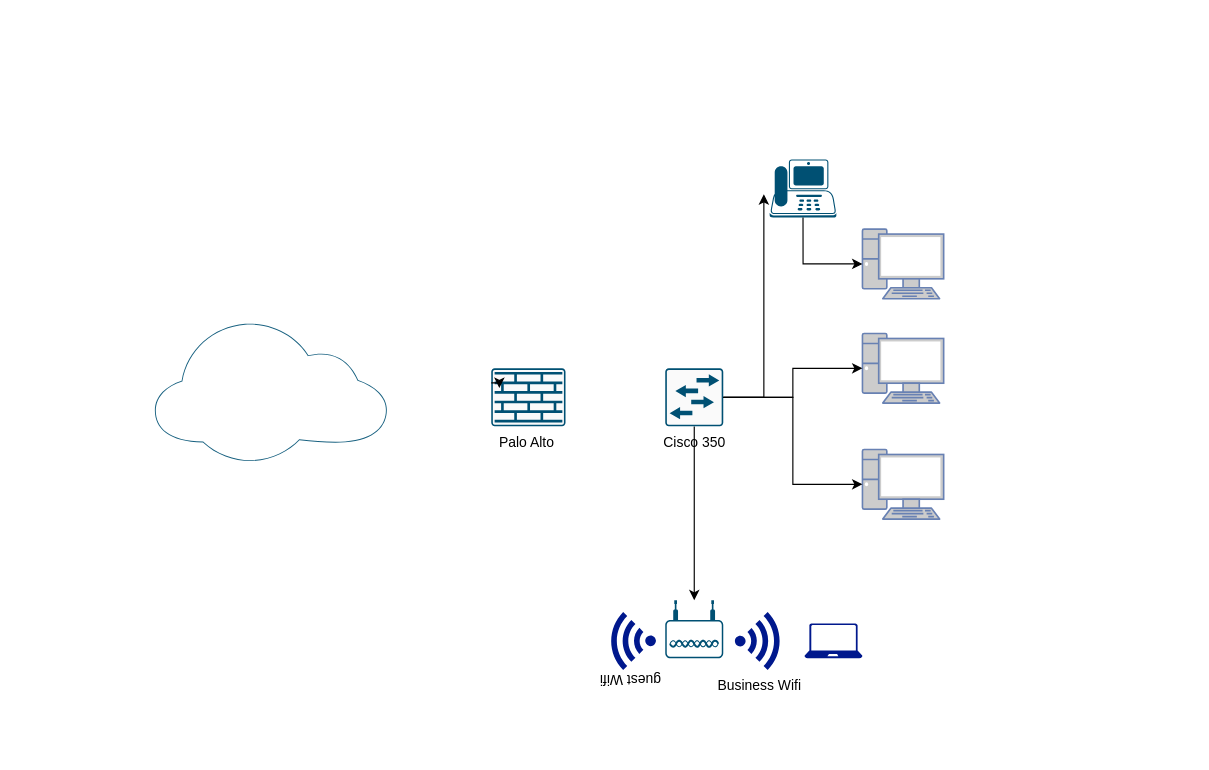
Before: Untitled Diagram.drawio in StevenMHankins/Diagrams, a draw.io diagram. Source tidied: cells renumbered, new cells numbered last; positions are measured from the earlier drawing's top-left corner, leaving out a move shared by most shapes. Both pictures are drawn from the tidied source at 116%, with x=0, y=0 at pixel (154, 159).
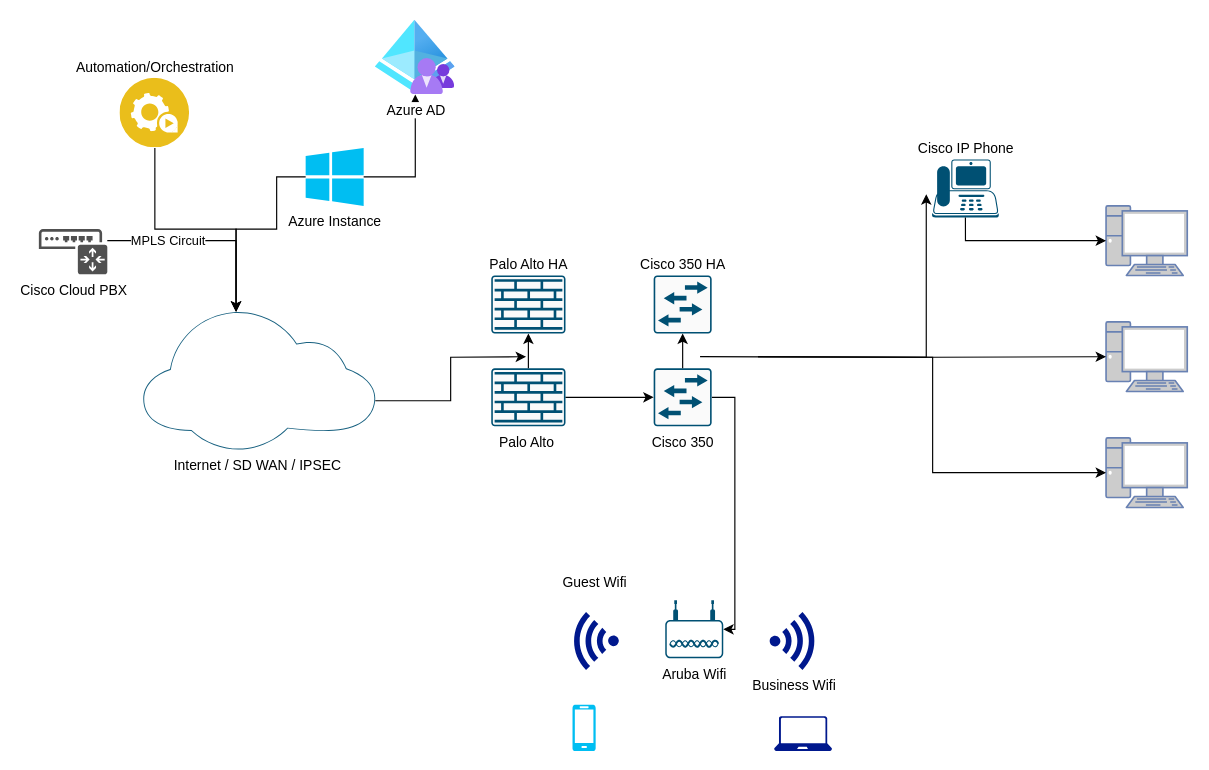
After the change.

Commit message:
Updated paths, added cloud services

The change refers to these unchanged cells:
```xml
<mxCell id="5" value="Palo Alto&amp;nbsp;" style="sketch=0;points=[[0.015,0.015,0],[0.985,0.015,0],[0.985,0.985,0],[0.015,0.985,0],[0.25,0,0],[0.5,0,0],[0.75,0,0],[1,0.25,0],[1,0.5,0],[1,0.75,0],[0.75,1,0],[0.5,1,0],[0.25,1,0],[0,0.75,0],[0,0.5,0],[0,0.25,0]];verticalLabelPosition=bottom;html=1;verticalAlign=top;align=center;shape=mxgraph.cisco19.rect;prIcon=firewall;fillColor=#FAFAFA;strokeColor=#005073;" parent="1" vertex="1">
  <mxGeometry x="290" y="180" width="64" height="50" as="geometry" />
</mxCell>
```

Diff of the diagram source:
```diff
@@
+    <mxCell id="19" style="edgeStyle=orthogonalEdgeStyle;rounded=0;jettySize=auto;html=1;exitX=1;exitY=0.65;exitDx=0;exitDy=0;exitPerimeter=0;" parent="1" edge="1" source="2">
+      <mxGeometry relative="1" as="geometry">
+        <mxPoint x="320" y="170" as="targetPoint" />
+      </mxGeometry>
+    </mxCell>
-    <mxCell id="2" style="points=[[0,0.64,0],[0.2,0.15,0],[0.4,0.01,0],[0.79,0.25,0],[1,0.65,0],[0.8,0.86,0],[0.41,1,0],[0.16,0.86,0]];verticalLabelPosition=bottom;sketch=0;html=1;verticalAlign=top;align=center;shape=mxgraph.cisco19.cloud;fillColor=#186180;strokeColor=none;" parent="1" vertex="1">
-      <mxGeometry y="140" width="200" height="120" as="geometry" />
+    <mxCell id="2" value="Internet / SD WAN / IPSEC&amp;nbsp;&lt;div&gt;&lt;br&gt;&lt;/div&gt;" style="points=[[0,0.64,0],[0.2,0.15,0],[0.4,0.01,0],[0.79,0.25,0],[1,0.65,0],[0.8,0.86,0],[0.41,1,0],[0.16,0.86,0]];verticalLabelPosition=bottom;sketch=0;html=1;verticalAlign=top;align=center;shape=mxgraph.cisco19.cloud;fillColor=#186180;strokeColor=none;" parent="1" vertex="1">
+      <mxGeometry x="-10" y="130" width="200" height="120" as="geometry" />
     </mxCell>
     <mxCell id="3" style="edgeStyle=orthogonalEdgeStyle;rounded=0;jettySize=auto;html=1;" parent="1" edge="1" source="4" target="9">
-      <mxGeometry relative="1" as="geometry" />
+      <mxGeometry relative="1" as="geometry">
+        <Array as="points">
+          <mxPoint x="500" y="205" />
+          <mxPoint x="500" y="405" />
+        </Array>
+      </mxGeometry>
     </mxCell>
     <mxCell id="4" value="Cisco 350" style="sketch=0;points=[[0.015,0.015,0],[0.985,0.015,0],[0.985,0.985,0],[0.015,0.985,0],[0.25,0,0],[0.5,0,0],[0.75,0,0],[1,0.25,0],[1,0.5,0],[1,0.75,0],[0.75,1,0],[0.5,1,0],[0.25,1,0],[0,0.75,0],[0,0.5,0],[0,0.25,0]];verticalLabelPosition=bottom;html=1;verticalAlign=top;align=center;shape=mxgraph.cisco19.rect;prIcon=l2_switch;fillColor=#FAFAFA;strokeColor=#005073;" parent="1" vertex="1">
-      <mxGeometry x="440" y="180" width="50" height="50" as="geometry" />
+      <mxGeometry x="430" y="180" width="50" height="50" as="geometry" />
     </mxCell>
@@
-    <mxCell id="6" style="edgeStyle=orthogonalEdgeStyle;rounded=0;orthogonalLoop=1;jettySize=auto;html=1;exitX=0;exitY=0.25;exitDx=0;exitDy=0;exitPerimeter=0;entryX=0.109;entryY=0.34;entryDx=0;entryDy=0;entryPerimeter=0;" parent="1" edge="1" source="5" target="5">
-      <mxGeometry relative="1" as="geometry" />
-    </mxCell>
     <mxCell id="7" style="fontColor=#0066CC;verticalAlign=top;verticalLabelPosition=bottom;labelPosition=center;align=center;html=1;outlineConnect=0;fillColor=#CCCCCC;strokeColor=#6881B3;gradientColor=none;gradientDirection=north;strokeWidth=2;shape=mxgraph.networks.pc;" parent="1" vertex="1">
-      <mxGeometry x="610" y="250" width="70" height="60" as="geometry" />
+      <mxGeometry x="820" y="240" width="70" height="60" as="geometry" />
     </mxCell>
-    <mxCell id="8" style="points=[[0.59,0,0],[0.87,0.015,0],[0.88,0.3,0],[0.99,0.99,0],[0.5,1,0],[0.01,0.99,0],[0.075,0.5,0],[0.17,0.115,0]];verticalLabelPosition=bottom;sketch=0;html=1;verticalAlign=top;align=center;shape=mxgraph.cisco19.ip_phone;fillColor=#005073;strokeColor=none;" parent="1" vertex="1">
-      <mxGeometry x="530" width="57.5" height="50" as="geometry" />
+    <mxCell id="8" value="Cisco IP Phone" style="points=[[0.59,0,0],[0.87,0.015,0],[0.88,0.3,0],[0.99,0.99,0],[0.5,1,0],[0.01,0.99,0],[0.075,0.5,0],[0.17,0.115,0]];verticalLabelPosition=top;sketch=0;html=1;verticalAlign=bottom;align=center;shape=mxgraph.cisco19.ip_phone;fillColor=#005073;strokeColor=none;labelPosition=center;" parent="1" vertex="1">
+      <mxGeometry x="670" width="57.5" height="50" as="geometry" />
     </mxCell>
-    <mxCell id="9" style="points=[[0.03,0.36,0],[0.18,0,0],[0.5,0.34,0],[0.82,0,0],[0.97,0.36,0],[1,0.67,0],[0.975,0.975,0],[0.5,1,0],[0.025,0.975,0],[0,0.67,0]];verticalLabelPosition=bottom;sketch=0;html=1;verticalAlign=top;align=center;shape=mxgraph.cisco19.wireless_access_point;fillColor=#005073;strokeColor=none;" parent="1" vertex="1">
+    <mxCell id="9" value="Aruba Wifi" style="points=[[0.03,0.36,0],[0.18,0,0],[0.5,0.34,0],[0.82,0,0],[0.97,0.36,0],[1,0.67,0],[0.975,0.975,0],[0.5,1,0],[0.025,0.975,0],[0,0.67,0]];verticalLabelPosition=bottom;sketch=0;html=1;verticalAlign=top;align=center;shape=mxgraph.cisco19.wireless_access_point;fillColor=#005073;strokeColor=none;" parent="1" vertex="1">
       <mxGeometry x="440" y="380" width="50" height="50" as="geometry" />
     </mxCell>
     <mxCell id="10" value="Business Wifi" style="sketch=0;shadow=0;dashed=0;html=1;strokeColor=none;labelPosition=center;verticalLabelPosition=bottom;verticalAlign=top;align=center;fillColor=#00188D;shape=mxgraph.mscae.enterprise.wireless_connection;rotation=0;" parent="1" vertex="1">
-      <mxGeometry x="500" y="390" width="42" height="50" as="geometry" />
+      <mxGeometry x="530" y="390" width="42" height="50" as="geometry" />
     </mxCell>
-    <mxCell id="11" style="sketch=0;shadow=0;dashed=0;html=1;strokeColor=none;labelPosition=center;verticalLabelPosition=bottom;verticalAlign=top;align=center;fillColor=#00188D;shape=mxgraph.azure.laptop;" parent="1" vertex="1">
-      <mxGeometry x="560" y="400" width="50" height="30" as="geometry" />
-    </mxCell>
     <mxCell id="12" style="fontColor=#0066CC;verticalAlign=top;verticalLabelPosition=bottom;labelPosition=center;align=center;html=1;outlineConnect=0;fillColor=#CCCCCC;strokeColor=#6881B3;gradientColor=none;gradientDirection=north;strokeWidth=2;shape=mxgraph.networks.pc;" parent="1" vertex="1">
-      <mxGeometry x="610" y="60" width="70" height="60" as="geometry" />
+      <mxGeometry x="820" y="40" width="70" height="60" as="geometry" />
     </mxCell>
     <mxCell id="13" style="fontColor=#0066CC;verticalAlign=top;verticalLabelPosition=bottom;labelPosition=center;align=center;html=1;outlineConnect=0;fillColor=#CCCCCC;strokeColor=#6881B3;gradientColor=none;gradientDirection=north;strokeWidth=2;shape=mxgraph.networks.pc;" parent="1" vertex="1">
-      <mxGeometry x="610" y="150" width="70" height="60" as="geometry" />
+      <mxGeometry x="820" y="140" width="70" height="60" as="geometry" />
     </mxCell>
-    <mxCell id="14" style="edgeStyle=orthogonalEdgeStyle;rounded=0;jettySize=auto;html=1;entryX=0;entryY=0.5;entryDx=0;entryDy=0;entryPerimeter=0;" parent="1" edge="1" source="4" target="7">
-      <mxGeometry relative="1" as="geometry" />
+    <mxCell id="14" style="edgeStyle=orthogonalEdgeStyle;rounded=0;jettySize=auto;html=1;entryX=0;entryY=0.5;entryDx=0;entryDy=0;entryPerimeter=0;" parent="1" edge="1" target="7">
+      <mxGeometry relative="1" as="geometry">
+        <mxPoint x="520" y="170" as="sourcePoint" />
+      </mxGeometry>
     </mxCell>
-    <mxCell id="15" style="edgeStyle=orthogonalEdgeStyle;rounded=0;jettySize=auto;html=1;entryX=0;entryY=0.5;entryDx=0;entryDy=0;entryPerimeter=0;" parent="1" edge="1" source="4" target="13">
-      <mxGeometry relative="1" as="geometry" />
+    <mxCell id="15" style="edgeStyle=orthogonalEdgeStyle;rounded=0;jettySize=auto;html=1;entryX=0;entryY=0.5;entryDx=0;entryDy=0;entryPerimeter=0;" parent="1" edge="1" target="13">
+      <mxGeometry relative="1" as="geometry">
+        <mxPoint x="520" y="170" as="sourcePoint" />
+      </mxGeometry>
     </mxCell>
-    <mxCell id="16" style="edgeStyle=orthogonalEdgeStyle;rounded=0;jettySize=auto;html=1;exitX=1;exitY=0.5;exitDx=0;exitDy=0;exitPerimeter=0;entryX=-0.087;entryY=0.6;entryDx=0;entryDy=0;entryPerimeter=0;" parent="1" edge="1" source="4" target="8">
-      <mxGeometry relative="1" as="geometry" />
+    <mxCell id="16" style="edgeStyle=orthogonalEdgeStyle;rounded=0;jettySize=auto;html=1;entryX=-0.087;entryY=0.6;entryDx=0;entryDy=0;entryPerimeter=0;" parent="1" edge="1" target="8">
+      <mxGeometry relative="1" as="geometry">
+        <mxPoint x="470" y="170" as="sourcePoint" />
+      </mxGeometry>
     </mxCell>
@@
-    <mxCell id="18" value="guest Wifi" style="sketch=0;shadow=0;dashed=0;html=1;strokeColor=none;labelPosition=center;verticalLabelPosition=top;verticalAlign=bottom;align=center;fillColor=#00188D;shape=mxgraph.mscae.enterprise.wireless_connection;rotation=-180;" parent="1" vertex="1">
-      <mxGeometry x="390" y="390" width="42" height="50" as="geometry" />
+    <mxCell id="18" value="Guest Wifi" style="sketch=0;shadow=0;dashed=0;html=1;strokeColor=none;labelPosition=left;verticalLabelPosition=middle;verticalAlign=middle;align=center;fillColor=#00188D;shape=mxgraph.mscae.enterprise.wireless_connection;rotation=90;direction=south;textDirection=rtl;horizontal=0;" parent="1" vertex="1">
+      <mxGeometry x="354" y="394" width="50" height="42" as="geometry" />
     </mxCell>
+    <mxCell id="20" style="sketch=0;shadow=0;dashed=0;html=1;strokeColor=none;labelPosition=center;verticalLabelPosition=bottom;verticalAlign=top;align=center;fillColor=#00188D;shape=mxgraph.azure.laptop;" parent="1" vertex="1">
+      <mxGeometry x="533.8" y="480" width="50" height="30" as="geometry" />
+    </mxCell>
+    <mxCell id="21" style="verticalLabelPosition=bottom;html=1;verticalAlign=top;align=center;strokeColor=none;fillColor=#00BEF2;shape=mxgraph.azure.mobile;" parent="1" vertex="1">
+      <mxGeometry x="360" y="470" width="20" height="40" as="geometry" />
+    </mxCell>
+    <mxCell id="22" style="edgeStyle=orthogonalEdgeStyle;rounded=0;jettySize=auto;html=1;entryX=0;entryY=0.5;entryDx=0;entryDy=0;entryPerimeter=0;" parent="1" edge="1" source="5" target="4">
+      <mxGeometry relative="1" as="geometry" />
+    </mxCell>
+    <mxCell id="23" style="edgeStyle=orthogonalEdgeStyle;rounded=0;jettySize=auto;html=1;" parent="1" edge="1" source="24" target="25">
+      <mxGeometry relative="1" as="geometry" />
+    </mxCell>
+    <mxCell id="24" value="Azure Instance" style="verticalLabelPosition=bottom;html=1;verticalAlign=top;align=center;strokeColor=none;fillColor=#00BEF2;shape=mxgraph.azure.azure_instance;" parent="1" vertex="1">
+      <mxGeometry x="130" y="-10" width="50" height="50" as="geometry" />
+    </mxCell>
+    <mxCell id="25" value="Azure AD" style="image;html=1;points=[];align=center;fontSize=12;image=img/lib/azure2/identity/Azure_AD_B2C.svg;" parent="1" vertex="1">
+      <mxGeometry x="190" y="-120" width="69" height="64" as="geometry" />
+    </mxCell>
+    <mxCell id="26" style="edgeStyle=orthogonalEdgeStyle;rounded=0;jettySize=auto;html=1;entryX=0.4;entryY=0.01;entryDx=0;entryDy=0;entryPerimeter=0;" parent="1" edge="1" source="24" target="2">
+      <mxGeometry relative="1" as="geometry">
+        <Array as="points">
+          <mxPoint x="105" y="60" />
+          <mxPoint x="70" y="60" />
+        </Array>
+      </mxGeometry>
+    </mxCell>
+    <mxCell id="27" value="Automation/Orchestration" style="image;perimeter=ellipsePerimeter;html=1;align=center;shadow=0;dashed=0;fontColor=#000000;labelBackgroundColor=default;fontSize=12;spacingTop=3;image=img/lib/ibm/applications/automation_tools.svg;labelPosition=center;verticalLabelPosition=top;verticalAlign=bottom;" parent="1" vertex="1">
+      <mxGeometry x="-30" y="-70" width="60" height="60" as="geometry" />
+    </mxCell>
+    <mxCell id="28" value="Cisco 350 HA" style="sketch=0;points=[[0.015,0.015,0],[0.985,0.015,0],[0.985,0.985,0],[0.015,0.985,0],[0.25,0,0],[0.5,0,0],[0.75,0,0],[1,0.25,0],[1,0.5,0],[1,0.75,0],[0.75,1,0],[0.5,1,0],[0.25,1,0],[0,0.75,0],[0,0.5,0],[0,0.25,0]];verticalLabelPosition=top;html=1;verticalAlign=bottom;align=center;shape=mxgraph.cisco19.rect;prIcon=l2_switch;fillColor=#FAFAFA;strokeColor=#005073;labelPosition=center;" parent="1" vertex="1">
+      <mxGeometry x="430" y="100" width="50" height="50" as="geometry" />
+    </mxCell>
+    <mxCell id="29" value="Palo Alto HA" style="sketch=0;points=[[0.015,0.015,0],[0.985,0.015,0],[0.985,0.985,0],[0.015,0.985,0],[0.25,0,0],[0.5,0,0],[0.75,0,0],[1,0.25,0],[1,0.5,0],[1,0.75,0],[0.75,1,0],[0.5,1,0],[0.25,1,0],[0,0.75,0],[0,0.5,0],[0,0.25,0]];verticalLabelPosition=top;html=1;verticalAlign=bottom;align=center;shape=mxgraph.cisco19.rect;prIcon=firewall;fillColor=#FAFAFA;strokeColor=#005073;labelPosition=center;" parent="1" vertex="1">
+      <mxGeometry x="290" y="100" width="64" height="50" as="geometry" />
+    </mxCell>
+    <mxCell id="30" style="edgeStyle=orthogonalEdgeStyle;rounded=0;jettySize=auto;html=1;entryX=0.5;entryY=1;entryDx=0;entryDy=0;entryPerimeter=0;" parent="1" edge="1" source="4" target="28">
+      <mxGeometry relative="1" as="geometry" />
+    </mxCell>
+    <mxCell id="31" style="edgeStyle=orthogonalEdgeStyle;rounded=0;jettySize=auto;html=1;entryX=0.5;entryY=1;entryDx=0;entryDy=0;entryPerimeter=0;" parent="1" edge="1" source="5" target="29">
+      <mxGeometry relative="1" as="geometry" />
+    </mxCell>
+    <mxCell id="32" style="edgeStyle=orthogonalEdgeStyle;rounded=0;jettySize=auto;html=1;entryX=0.4;entryY=0.01;entryDx=0;entryDy=0;entryPerimeter=0;" parent="1" edge="1" source="27" target="2">
+      <mxGeometry relative="1" as="geometry" />
+    </mxCell>
+    <mxCell id="33" value="Cisco Cloud PBX" style="sketch=0;shadow=0;dashed=0;html=1;strokeColor=none;fillColor=#505050;labelPosition=center;verticalLabelPosition=bottom;verticalAlign=top;outlineConnect=0;align=center;shape=mxgraph.office.devices.ip_pbx;" parent="1" vertex="1">
+      <mxGeometry x="-100" y="60" width="59" height="39" as="geometry" />
+    </mxCell>
+    <mxCell id="34" value="MPLS Circuit" style="edgeStyle=orthogonalEdgeStyle;rounded=0;jettySize=auto;html=1;entryX=0.4;entryY=0.01;entryDx=0;entryDy=0;entryPerimeter=0;align=right;" parent="1" edge="1" source="33" target="2">
+      <mxGeometry relative="1" as="geometry">
+        <Array as="points">
+          <mxPoint x="70" y="70" />
+        </Array>
+      </mxGeometry>
+    </mxCell>
```
